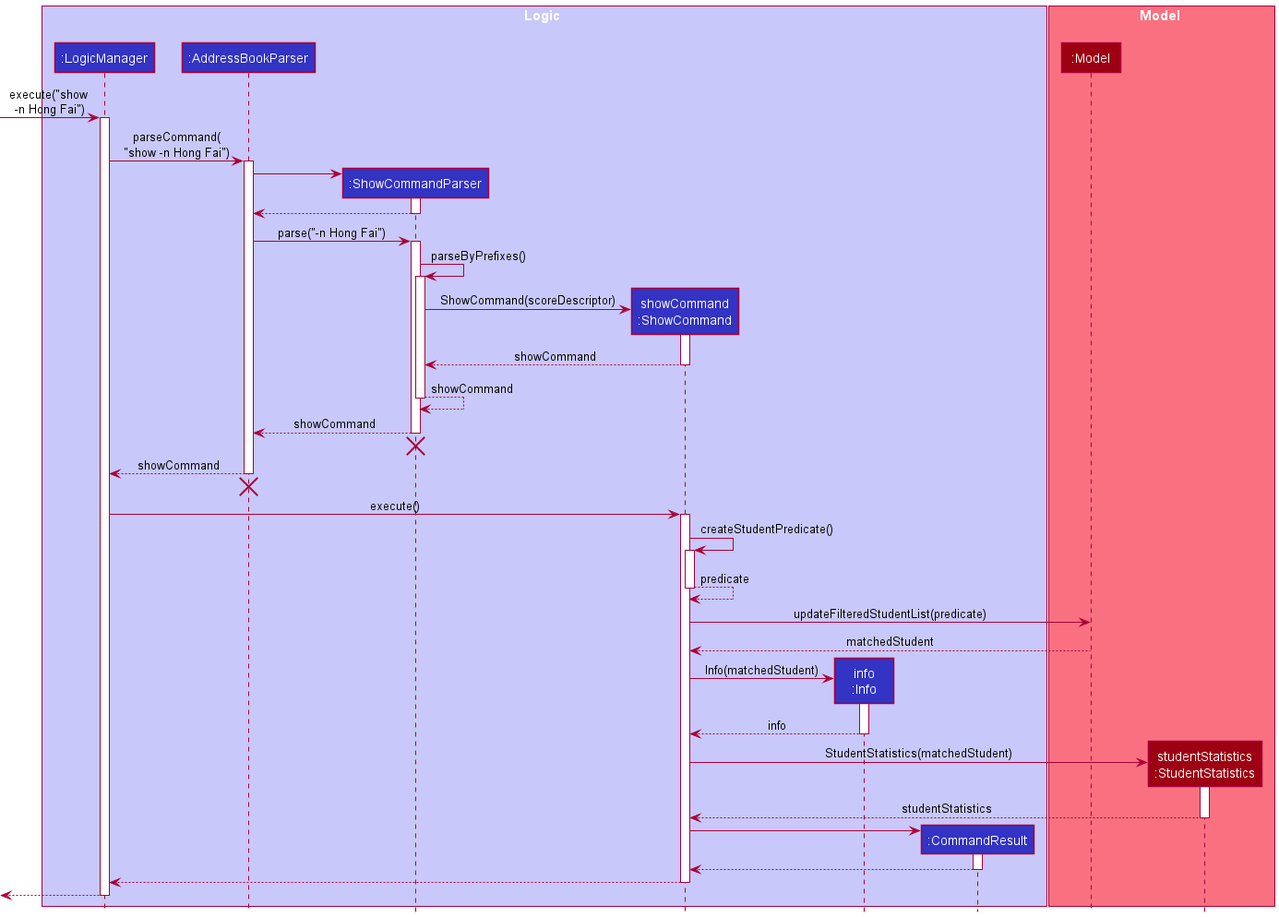
This is docs/images/ShowSequenceDiagram.png from nus-cs2103-AY2122S1/tp, a PlantUML export, as it was before one commit. Its diagram source:
```plantuml
@startuml
!include style.puml

box Logic LOGIC_COLOR_T1
participant ":LogicManager" as LogicManager LOGIC_COLOR
participant ":AddressBookParser" as AddressBookParser LOGIC_COLOR
participant ":ShowCommandParser" as ShowCommandParser LOGIC_COLOR
participant "showCommand\n:ShowCommand" as ShowCommand LOGIC_COLOR
participant "info\n:Info" as Info LOGIC_COLOR
participant ":CommandResult" as CommandResult LOGIC_COLOR
end box

box Model MODEL_COLOR_T1
participant ":Model" as Model MODEL_COLOR
participant "studentStatistics\n:StudentStatistics" as StudentStatistics MODEL_COLOR
end box

[-> LogicManager : execute("show \n-n Hong Fai")
activate LogicManager

LogicManager -> AddressBookParser : parseCommand(\n"show -n Hong Fai")
activate AddressBookParser

create ShowCommandParser
AddressBookParser -> ShowCommandParser
activate ShowCommandParser

ShowCommandParser --> AddressBookParser
deactivate ShowCommandParser

AddressBookParser -> ShowCommandParser : parse("-n Hong Fai")
activate ShowCommandParser

ShowCommandParser -> ShowCommandParser : parseByPrefixes()
activate ShowCommandParser

create ShowCommand
ShowCommandParser -> ShowCommand : ShowCommand(scoreDescriptor)
activate ShowCommand

ShowCommand --> ShowCommandParser : showCommand
deactivate ShowCommand

ShowCommandParser --> ShowCommandParser : showCommand
deactivate ShowCommandParser

ShowCommandParser --> AddressBookParser : showCommand
deactivate ShowCommandParser

Model -[hidden]->
destroy ShowCommandParser

AddressBookParser --> LogicManager : showCommand
deactivate AddressBookParser

Model -[hidden]->
destroy AddressBookParser

LogicManager -> ShowCommand : execute()
activate ShowCommand

ShowCommand -> ShowCommand : createStudentPredicate()
activate ShowCommand

ShowCommand --> ShowCommand : predicate
deactivate ShowCommand

ShowCommand -> Model : updateFilteredStudentList(predicate)
Model --> ShowCommand : matchedStudent

create Info
ShowCommand -> Info : Info(matchedStudent)
activate Info

Info --> ShowCommand : info
deactivate Info

create StudentStatistics
ShowCommand -> StudentStatistics : StudentStatistics(matchedStudent)
activate StudentStatistics

StudentStatistics --> ShowCommand : studentStatistics
deactivate StudentStatistics

create CommandResult
ShowCommand -> CommandResult
activate CommandResult

CommandResult --> ShowCommand
deactivate CommandResult

ShowCommand --> LogicManager
deactivate ShowCommand

[<--LogicManager
deactivate LogicManager

@enduml
```
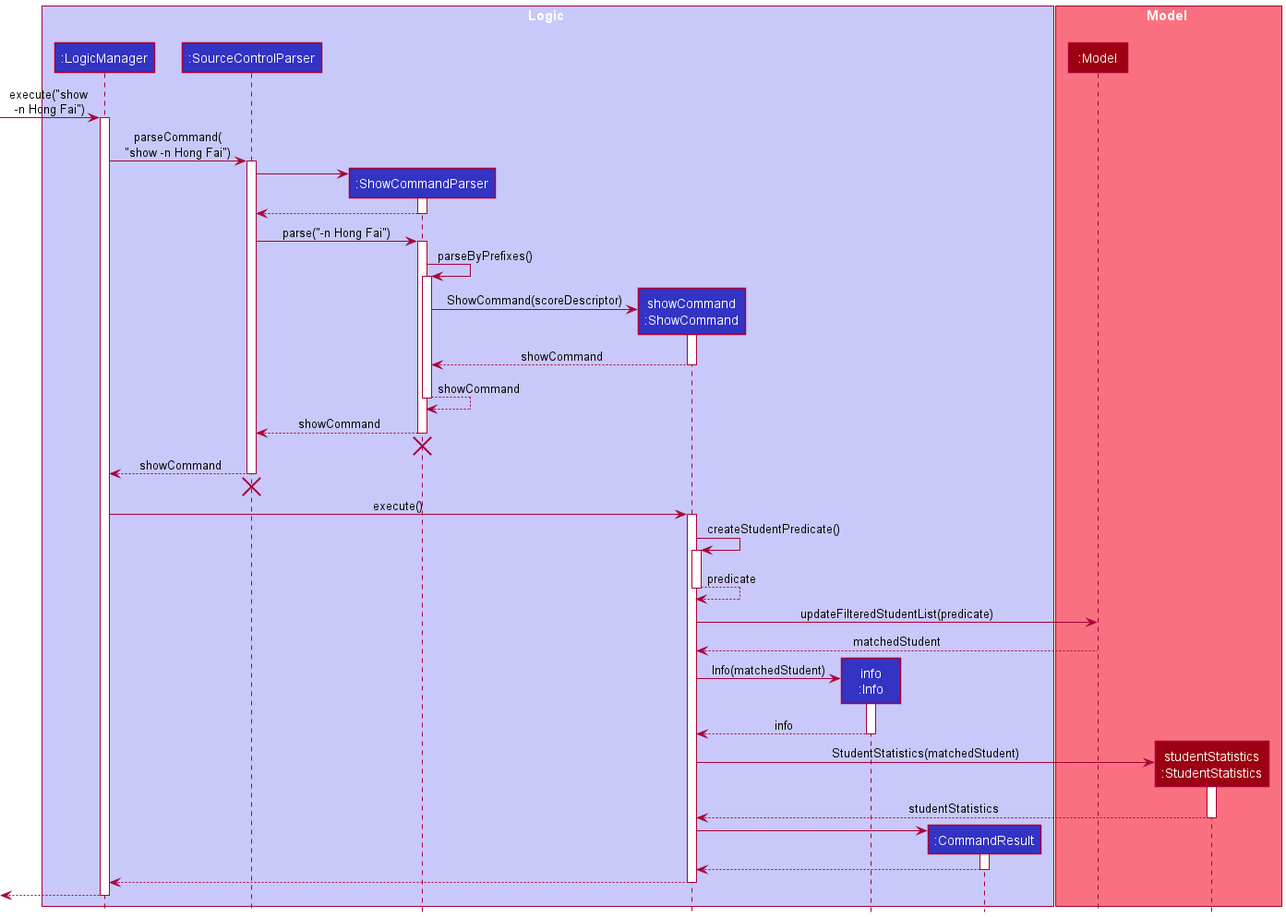
After the commit.

The edit, as a diff of the source:
```diff
@@ -3,7 +3,7 @@
 
 box Logic LOGIC_COLOR_T1
 participant ":LogicManager" as LogicManager LOGIC_COLOR
-participant ":AddressBookParser" as AddressBookParser LOGIC_COLOR
+participant ":SourceControlParser" as SourceControlParser LOGIC_COLOR
 participant ":ShowCommandParser" as ShowCommandParser LOGIC_COLOR
 participant "showCommand\n:ShowCommand" as ShowCommand LOGIC_COLOR
 participant "info\n:Info" as Info LOGIC_COLOR
@@ -18,17 +18,17 @@
 [-> LogicManager : execute("show \n-n Hong Fai")
 activate LogicManager
 
-LogicManager -> AddressBookParser : parseCommand(\n"show -n Hong Fai")
-activate AddressBookParser
+LogicManager -> SourceControlParser : parseCommand(\n"show -n Hong Fai")
+activate SourceControlParser
 
 create ShowCommandParser
-AddressBookParser -> ShowCommandParser
+SourceControlParser -> ShowCommandParser
 activate ShowCommandParser
 
-ShowCommandParser --> AddressBookParser
+ShowCommandParser --> SourceControlParser
 deactivate ShowCommandParser
 
-AddressBookParser -> ShowCommandParser : parse("-n Hong Fai")
+SourceControlParser -> ShowCommandParser : parse("-n Hong Fai")
 activate ShowCommandParser
 
 ShowCommandParser -> ShowCommandParser : parseByPrefixes()
@@ -44,17 +44,17 @@
 ShowCommandParser --> ShowCommandParser : showCommand
 deactivate ShowCommandParser
 
-ShowCommandParser --> AddressBookParser : showCommand
+ShowCommandParser --> SourceControlParser : showCommand
 deactivate ShowCommandParser
 
 Model -[hidden]->
 destroy ShowCommandParser
 
-AddressBookParser --> LogicManager : showCommand
-deactivate AddressBookParser
+SourceControlParser --> LogicManager : showCommand
+deactivate SourceControlParser
 
 Model -[hidden]->
-destroy AddressBookParser
+destroy SourceControlParser
 
 LogicManager -> ShowCommand : execute()
 activate ShowCommand
```
